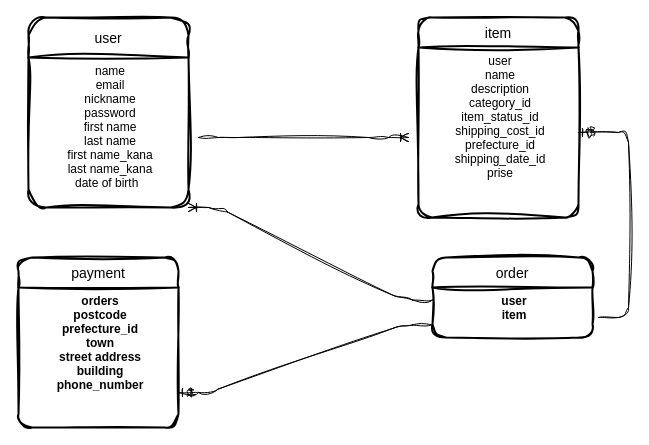
Above: .dio in murakamihibiki/furima-39596 (draw.io), before the change. Source tidied: cells renumbered, new cells numbered last; positions are measured from the earlier drawing's top-left corner, leaving out a move shared by most shapes. Both pictures are drawn from the tidied source at 100%, with x=0, y=0 at pixel (18, 17).
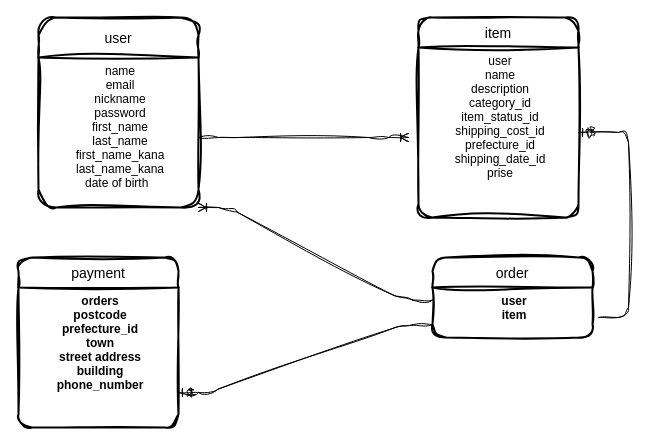
Above is the later version.

Change to the diagram source:
```diff
@@
 <mxGraphModel>
   <root>
     <mxCell id="0" />
     <mxCell id="1" parent="0" />
     <mxCell id="2" value="user" style="swimlane;horizontal=1;startSize=40;rounded=1;fontSize=14;fontStyle=0;strokeWidth=2;shadow=0;dashed=0;align=center;sketch=1;curveFitting=1;jiggle=2;fontFamily=Helvetica;" parent="1" vertex="1">
-      <mxGeometry x="10" width="160" height="190" as="geometry" />
+      <mxGeometry x="20" width="160" height="190" as="geometry" />
     </mxCell>
-    <mxCell id="3" value="name&#10;email&#10;nickname&#10;password&#10;first name&#10;last name&#10;first name_kana&#10;last name_kana&#10;date of birth  &#10;" style="align=center;strokeColor=none;fillColor=none;spacingLeft=4;fontSize=12;verticalAlign=top;sketch=1;curveFitting=1;jiggle=2;fontFamily=Helvetica;" parent="2" vertex="1">
+    <mxCell id="3" value="name&#10;email&#10;nickname&#10;password&#10;first_name&#10;last_name&#10;first_name_kana&#10;last_name_kana&#10;date of birth  &#10;" style="align=center;strokeColor=none;fillColor=none;spacingLeft=4;fontSize=12;verticalAlign=top;sketch=1;curveFitting=1;jiggle=2;fontFamily=Helvetica;" parent="2" vertex="1">
       <mxGeometry y="40" width="160" height="150" as="geometry" />
     </mxCell>
     <mxCell id="4" value="item" style="swimlane;horizontal=1;startSize=30;rounded=1;fontSize=14;fontStyle=0;strokeWidth=2;shadow=0;dashed=0;align=center;sketch=1;curveFitting=1;jiggle=2;fontFamily=Helvetica;" parent="1" vertex="1">
       <mxGeometry x="400" width="160" height="200" as="geometry" />
     </mxCell>
     <mxCell id="5" value="user&#10;name&#10;description&#10;category_id&#10;item_status_id&#10;shipping_cost_id&#10;prefecture_id&#10;shipping_date_id&#10;prise" style="align=center;strokeColor=none;fillColor=none;spacingLeft=4;fontSize=12;verticalAlign=top;fontStyle=0;sketch=1;curveFitting=1;jiggle=2;fontFamily=Helvetica;" parent="4" vertex="1">
       <mxGeometry y="30" width="160" height="170" as="geometry" />
     </mxCell>
     <mxCell id="6" value="order" style="swimlane;horizontal=1;startSize=30;rounded=1;fontSize=14;fontStyle=0;strokeWidth=2;shadow=0;dashed=0;align=center;sketch=1;hachureGap=4;jiggle=2;curveFitting=1;fontFamily=Helvetica;" parent="1" vertex="1">
       <mxGeometry x="414" y="240" width="160" height="80" as="geometry" />
     </mxCell>
     <mxCell id="7" value="user&#10;item&#10;" style="align=center;strokeColor=none;fillColor=none;spacingLeft=4;fontSize=12;verticalAlign=top;sketch=1;hachureGap=4;jiggle=2;curveFitting=1;fontFamily=Helvetica;fontStyle=1;" parent="6" vertex="1">
       <mxGeometry y="30" width="160" height="50" as="geometry" />
     </mxCell>
     <mxCell id="8" value="payment" style="swimlane;horizontal=1;startSize=30;rounded=1;fontSize=14;fontStyle=0;strokeWidth=2;shadow=0;dashed=0;align=center;sketch=1;hachureGap=4;jiggle=2;curveFitting=1;fontFamily=Helvetica;" parent="1" vertex="1">
       <mxGeometry y="240" width="160" height="170" as="geometry" />
     </mxCell>
     <mxCell id="9" value="orders&#10;postcode&#10;prefecture_id&#10;town&#10;street address&#10;building&#10;phone_number&#10;" style="align=center;strokeColor=none;fillColor=none;spacingLeft=4;fontSize=12;verticalAlign=top;sketch=1;hachureGap=4;jiggle=2;curveFitting=1;fontFamily=Helvetica;fontStyle=1;" parent="8" vertex="1">
       <mxGeometry y="30" width="160" height="140" as="geometry" />
     </mxCell>
     <mxCell id="10" style="edgeStyle=entityRelationEdgeStyle;fontSize=12;html=1;endArrow=ERoneToMany;sketch=1;hachureGap=4;jiggle=2;curveFitting=1;fontFamily=Helvetica;elbow=vertical;" parent="1" edge="1">
       <mxGeometry relative="1" as="geometry">
         <mxPoint x="180" y="120" as="sourcePoint" />
         <mxPoint x="390" y="120" as="targetPoint" />
       </mxGeometry>
     </mxCell>
     <mxCell id="11" style="edgeStyle=entityRelationEdgeStyle;fontSize=12;html=1;endArrow=ERoneToMany;sketch=1;hachureGap=4;jiggle=2;curveFitting=1;fontFamily=Helvetica;elbow=vertical;entryX=1;entryY=1;entryDx=0;entryDy=0;exitX=0;exitY=0.25;exitDx=0;exitDy=0;" parent="1" edge="1" source="7" target="3">
       <mxGeometry relative="1" as="geometry" />
     </mxCell>
     <mxCell id="12" style="edgeStyle=entityRelationEdgeStyle;fontSize=12;html=1;endArrow=ERzeroToOne;endFill=1;sketch=1;hachureGap=4;jiggle=2;curveFitting=1;fontFamily=Helvetica;elbow=vertical;entryX=1;entryY=0.75;entryDx=0;entryDy=0;exitX=0;exitY=0.75;exitDx=0;exitDy=0;" parent="1" edge="1" source="7" target="9">
       <mxGeometry relative="1" as="geometry" />
     </mxCell>
     <mxCell id="13" style="edgeStyle=entityRelationEdgeStyle;fontSize=12;html=1;endArrow=ERzeroToOne;endFill=1;sketch=1;hachureGap=4;jiggle=2;curveFitting=1;fontFamily=Helvetica;elbow=vertical;entryX=1;entryY=0.5;entryDx=0;entryDy=0;" parent="1" edge="1" target="5">
       <mxGeometry relative="1" as="geometry">
         <mxPoint x="580" y="300" as="sourcePoint" />
       </mxGeometry>
     </mxCell>
   </root>
 </mxGraphModel>
```
